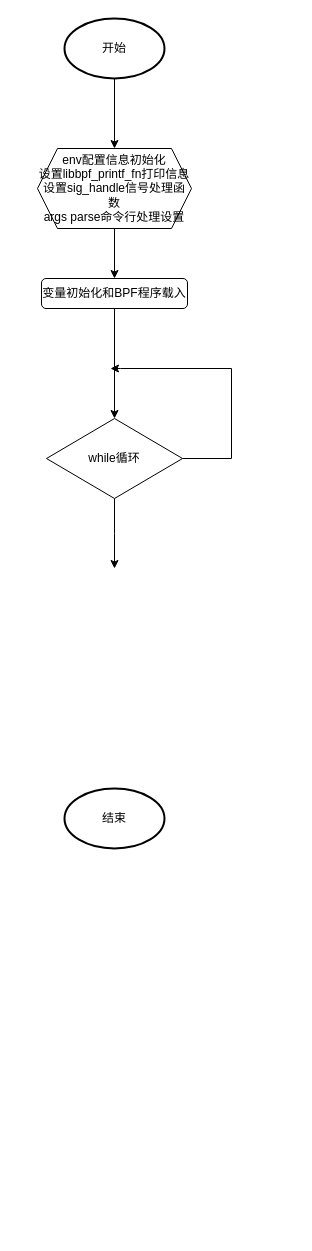
This is flow_chart/user_cpu_dist.drawio from ZetZhang/eBPFMonitoring, a draw.io file, before an edit. Source tidied: cells renumbered, new cells numbered last; positions are measured from the earlier drawing's top-left corner, leaving out a move shared by most shapes. Both pictures are drawn from the tidied source at 100%, with x=0, y=0 at pixel (37, 18).
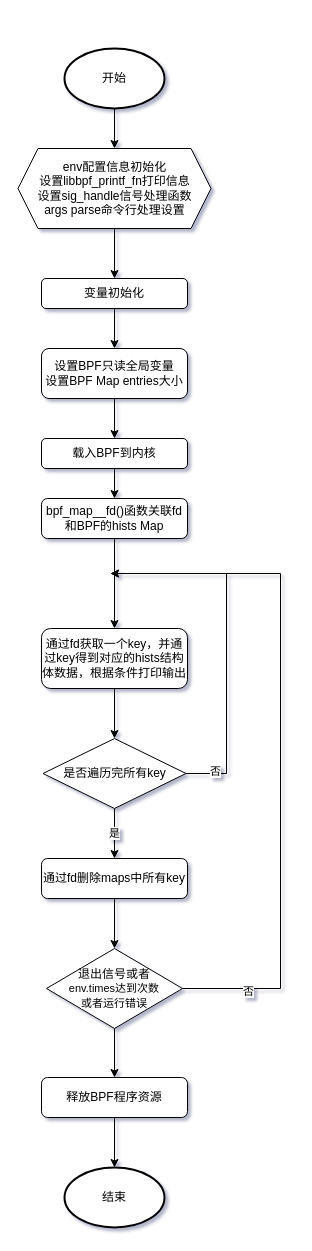
Above is the later version.

The edit, as a diff of the source:
```diff
@@
-<mxGraphModel>
+<mxGraphModel shadow="1">
@@
     <mxCell id="3" value="开始" style="strokeWidth=2;html=1;shape=mxgraph.flowchart.start_1;whiteSpace=wrap;" parent="1" vertex="1">
-      <mxGeometry x="27" width="100" height="60" as="geometry" />
+      <mxGeometry x="27" y="30" width="100" height="60" as="geometry" />
     </mxCell>
@@
     <mxCell id="5" value="env配置信息初始化&lt;br&gt;设置libbpf_printf_fn打印信息&lt;br&gt;设置sig_handle信号处理函数&lt;br&gt;args parse命令行处理设置" style="shape=hexagon;perimeter=hexagonPerimeter2;whiteSpace=wrap;html=1;fixedSize=1;" parent="1" vertex="1">
-      <mxGeometry y="130" width="154" height="80" as="geometry" />
+      <mxGeometry x="-19.5" y="130" width="193" height="80" as="geometry" />
     </mxCell>
-    <mxCell id="6" style="edgeStyle=orthogonalEdgeStyle;rounded=0;jettySize=auto;html=1;entryX=0.5;entryY=0;entryDx=0;entryDy=0;" parent="1" edge="1" source="7" target="10">
-      <mxGeometry relative="1" as="geometry" />
-    </mxCell>
+    <mxCell id="12" style="edgeStyle=orthogonalEdgeStyle;rounded=0;jettySize=auto;html=1;entryX=0.5;entryY=0;entryDx=0;entryDy=0;" parent="1" edge="1" source="7" target="16">
+      <mxGeometry relative="1" as="geometry" />
+    </mxCell>
-    <mxCell id="7" value="变量初始化和BPF程序载入" style="rounded=1;whiteSpace=wrap;html=1;" parent="1" vertex="1">
+    <mxCell id="7" value="变量初始化" style="rounded=1;whiteSpace=wrap;html=1;" parent="1" vertex="1">
       <mxGeometry x="4" y="260" width="146" height="30" as="geometry" />
     </mxCell>
     <mxCell id="8" style="edgeStyle=orthogonalEdgeStyle;rounded=0;jettySize=auto;html=1;" parent="1" edge="1" source="10">
-      <mxGeometry relative="1" as="geometry">
-        <mxPoint x="73" y="350" as="targetPoint" />
+      <mxGeometry x="-0.71" y="-22" relative="1" as="geometry">
+        <mxPoint x="73" y="555" as="targetPoint" />
         <Array as="points">
-          <mxPoint x="194" y="440" />
-          <mxPoint x="194" y="350" />
-          <mxPoint x="83" y="350" />
+          <mxPoint x="243" y="970" />
+          <mxPoint x="243" y="555" />
         </Array>
+        <mxPoint x="-12" y="20" as="offset" />
       </mxGeometry>
     </mxCell>
-    <mxCell id="9" style="edgeStyle=orthogonalEdgeStyle;rounded=0;jettySize=auto;html=1;" parent="1" edge="1" source="10">
-      <mxGeometry relative="1" as="geometry">
-        <mxPoint x="77" y="550" as="targetPoint" />
-      </mxGeometry>
-    </mxCell>
+    <mxCell id="13" value="否" style="edgeLabel;html=1;align=center;verticalAlign=middle;" parent="8" vertex="1">
+      <mxGeometry x="-0.81" y="-2" relative="1" as="geometry" />
+    </mxCell>
+    <mxCell id="14" style="edgeStyle=orthogonalEdgeStyle;rounded=0;jettySize=auto;html=1;" parent="1" edge="1" source="10" target="22">
+      <mxGeometry relative="1" as="geometry" />
+    </mxCell>
-    <mxCell id="10" value="while循环" style="rhombus;whiteSpace=wrap;html=1;" parent="1" vertex="1">
-      <mxGeometry x="9" y="400" width="136" height="80" as="geometry" />
+    <mxCell id="10" value="退出信号或者&lt;br style=&quot;--tw-border-spacing-x: 0; --tw-border-spacing-y: 0; --tw-translate-x: 0; --tw-translate-y: 0; --tw-rotate: 0; --tw-skew-x: 0; --tw-skew-y: 0; --tw-scale-x: 1; --tw-scale-y: 1; --tw-pan-x: ; --tw-pan-y: ; --tw-pinch-zoom: ; --tw-scroll-snap-strictness: proximity; --tw-ordinal: ; --tw-slashed-zero: ; --tw-numeric-figure: ; --tw-numeric-spacing: ; --tw-numeric-fraction: ; --tw-ring-inset: ; --tw-ring-offset-width: 0px; --tw-ring-offset-color: #fff; --tw-ring-color: rgb(59 130 246 / 0.5); --tw-ring-offset-shadow: 0 0 #0000; --tw-ring-shadow: 0 0 #0000; --tw-shadow: 0 0 #0000; --tw-shadow-colored: 0 0 #0000; --tw-blur: ; --tw-brightness: ; --tw-contrast: ; --tw-grayscale: ; --tw-hue-rotate: ; --tw-invert: ; --tw-saturate: ; --tw-sepia: ; --tw-drop-shadow: ; --tw-backdrop-blur: ; --tw-backdrop-brightness: ; --tw-backdrop-contrast: ; --tw-backdrop-grayscale: ; --tw-backdrop-hue-rotate: ; --tw-backdrop-invert: ; --tw-backdrop-opacity: ; --tw-backdrop-saturate: ; --tw-backdrop-sepia: ; border-color: var(--border-color); font-size: 11px;&quot;&gt;&lt;span style=&quot;font-size: 11px; background-color: rgb(255, 255, 255);&quot;&gt;env.times达到次数&lt;/span&gt;&lt;br style=&quot;--tw-border-spacing-x: 0; --tw-border-spacing-y: 0; --tw-translate-x: 0; --tw-translate-y: 0; --tw-rotate: 0; --tw-skew-x: 0; --tw-skew-y: 0; --tw-scale-x: 1; --tw-scale-y: 1; --tw-pan-x: ; --tw-pan-y: ; --tw-pinch-zoom: ; --tw-scroll-snap-strictness: proximity; --tw-ordinal: ; --tw-slashed-zero: ; --tw-numeric-figure: ; --tw-numeric-spacing: ; --tw-numeric-fraction: ; --tw-ring-inset: ; --tw-ring-offset-width: 0px; --tw-ring-offset-color: #fff; --tw-ring-color: rgb(59 130 246 / 0.5); --tw-ring-offset-shadow: 0 0 #0000; --tw-ring-shadow: 0 0 #0000; --tw-shadow: 0 0 #0000; --tw-shadow-colored: 0 0 #0000; --tw-blur: ; --tw-brightness: ; --tw-contrast: ; --tw-grayscale: ; --tw-hue-rotate: ; --tw-invert: ; --tw-saturate: ; --tw-sepia: ; --tw-drop-shadow: ; --tw-backdrop-blur: ; --tw-backdrop-brightness: ; --tw-backdrop-contrast: ; --tw-backdrop-grayscale: ; --tw-backdrop-hue-rotate: ; --tw-backdrop-invert: ; --tw-backdrop-opacity: ; --tw-backdrop-saturate: ; --tw-backdrop-sepia: ; border-color: var(--border-color); font-size: 11px;&quot;&gt;&lt;span style=&quot;font-size: 11px; background-color: rgb(255, 255, 255);&quot;&gt;或者运行错误&lt;/span&gt;" style="rhombus;whiteSpace=wrap;html=1;" parent="1" vertex="1">
+      <mxGeometry x="9" y="930" width="136" height="80" as="geometry" />
     </mxCell>
     <mxCell id="11" value="结束" style="strokeWidth=2;html=1;shape=mxgraph.flowchart.start_1;whiteSpace=wrap;" parent="1" vertex="1">
-      <mxGeometry x="27" y="770" width="100" height="60" as="geometry" />
+      <mxGeometry x="27" y="1149" width="100" height="60" as="geometry" />
     </mxCell>
+    <mxCell id="15" style="edgeStyle=orthogonalEdgeStyle;rounded=0;jettySize=auto;html=1;entryX=0.5;entryY=0;entryDx=0;entryDy=0;" parent="1" edge="1" source="16" target="18">
+      <mxGeometry relative="1" as="geometry" />
+    </mxCell>
+    <mxCell id="16" value="设置BPF只读全局变量&lt;br&gt;设置BPF Map entries大小&lt;br&gt;" style="rounded=1;whiteSpace=wrap;html=1;" parent="1" vertex="1">
+      <mxGeometry x="4" y="330" width="146" height="50" as="geometry" />
+    </mxCell>
+    <mxCell id="17" style="edgeStyle=orthogonalEdgeStyle;rounded=0;jettySize=auto;html=1;entryX=0.5;entryY=0;entryDx=0;entryDy=0;" parent="1" edge="1" source="18" target="20">
+      <mxGeometry relative="1" as="geometry" />
+    </mxCell>
+    <mxCell id="18" value="载入BPF到内核" style="rounded=1;whiteSpace=wrap;html=1;" parent="1" vertex="1">
+      <mxGeometry x="4" y="420" width="146" height="30" as="geometry" />
+    </mxCell>
+    <mxCell id="19" style="edgeStyle=orthogonalEdgeStyle;rounded=0;jettySize=auto;html=1;entryX=0.5;entryY=0;entryDx=0;entryDy=0;" parent="1" edge="1" source="20" target="24">
+      <mxGeometry relative="1" as="geometry" />
+    </mxCell>
+    <mxCell id="20" value="bpf_map__fd()函数关联fd和BPF的hists Map" style="rounded=1;whiteSpace=wrap;html=1;" parent="1" vertex="1">
+      <mxGeometry x="4" y="480" width="146" height="40" as="geometry" />
+    </mxCell>
+    <mxCell id="21" style="edgeStyle=orthogonalEdgeStyle;rounded=0;jettySize=auto;html=1;entryX=0.5;entryY=0;entryDx=0;entryDy=0;entryPerimeter=0;" parent="1" edge="1" source="22" target="11">
+      <mxGeometry relative="1" as="geometry" />
+    </mxCell>
+    <mxCell id="22" value="释放BPF程序资源" style="rounded=1;whiteSpace=wrap;html=1;" parent="1" vertex="1">
+      <mxGeometry x="4" y="1059" width="146" height="40" as="geometry" />
+    </mxCell>
+    <mxCell id="23" style="edgeStyle=orthogonalEdgeStyle;rounded=0;jettySize=auto;html=1;entryX=0.5;entryY=0;entryDx=0;entryDy=0;" parent="1" edge="1" source="24" target="26">
+      <mxGeometry relative="1" as="geometry" />
+    </mxCell>
+    <mxCell id="24" value="通过fd获取一个key，并通过key得到对应的hists结构体数据，根据条件打印输出" style="rounded=1;whiteSpace=wrap;html=1;" parent="1" vertex="1">
+      <mxGeometry x="4" y="610" width="146" height="60" as="geometry" />
+    </mxCell>
+    <mxCell id="25" value="是" style="edgeStyle=orthogonalEdgeStyle;rounded=0;jettySize=auto;html=1;" parent="1" edge="1" source="26" target="28">
+      <mxGeometry relative="1" as="geometry" />
+    </mxCell>
+    <mxCell id="26" value="是否遍历完所有key" style="rhombus;whiteSpace=wrap;html=1;" parent="1" vertex="1">
+      <mxGeometry x="5.5" y="720" width="143" height="70" as="geometry" />
+    </mxCell>
+    <mxCell id="27" style="edgeStyle=orthogonalEdgeStyle;rounded=0;jettySize=auto;html=1;" parent="1" edge="1" source="28" target="10">
+      <mxGeometry relative="1" as="geometry" />
+    </mxCell>
+    <mxCell id="28" value="通过fd删除maps中所有key" style="rounded=1;whiteSpace=wrap;html=1;" parent="1" vertex="1">
+      <mxGeometry x="4" y="840" width="146" height="40" as="geometry" />
+    </mxCell>
+    <mxCell id="29" style="edgeStyle=elbowEdgeStyle;rounded=0;jettySize=auto;html=1;exitX=1;exitY=0.5;exitDx=0;exitDy=0;" parent="1" edge="1" source="26">
+      <mxGeometry relative="1" as="geometry">
+        <mxPoint x="73" y="555" as="targetPoint" />
+        <Array as="points">
+          <mxPoint x="189" y="665" />
+        </Array>
+      </mxGeometry>
+    </mxCell>
+    <mxCell id="30" value="否" style="edgeLabel;html=1;align=center;verticalAlign=middle;" parent="29" vertex="1">
+      <mxGeometry x="-0.84" y="3" relative="1" as="geometry" />
+    </mxCell>
```
